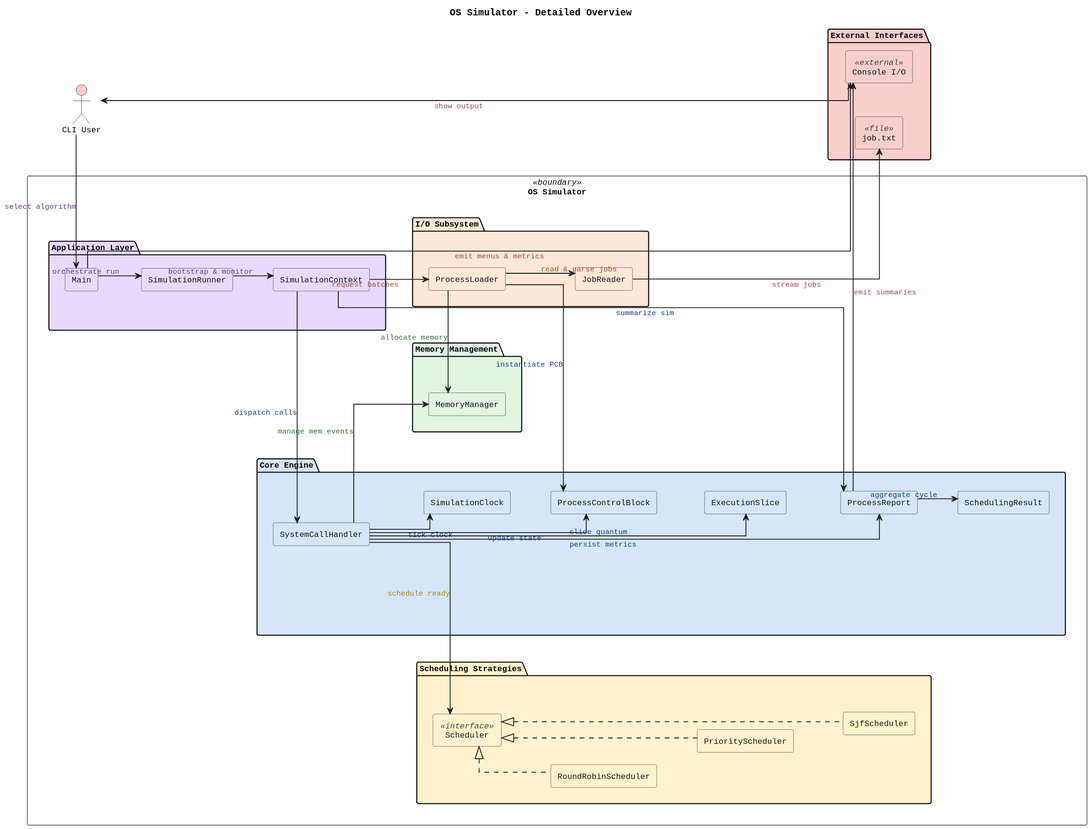
FaisalSWEN/CSC227-OS-Project keeps this PlantUML diagram as doc/system-overview.svg. Above is the earlier version.
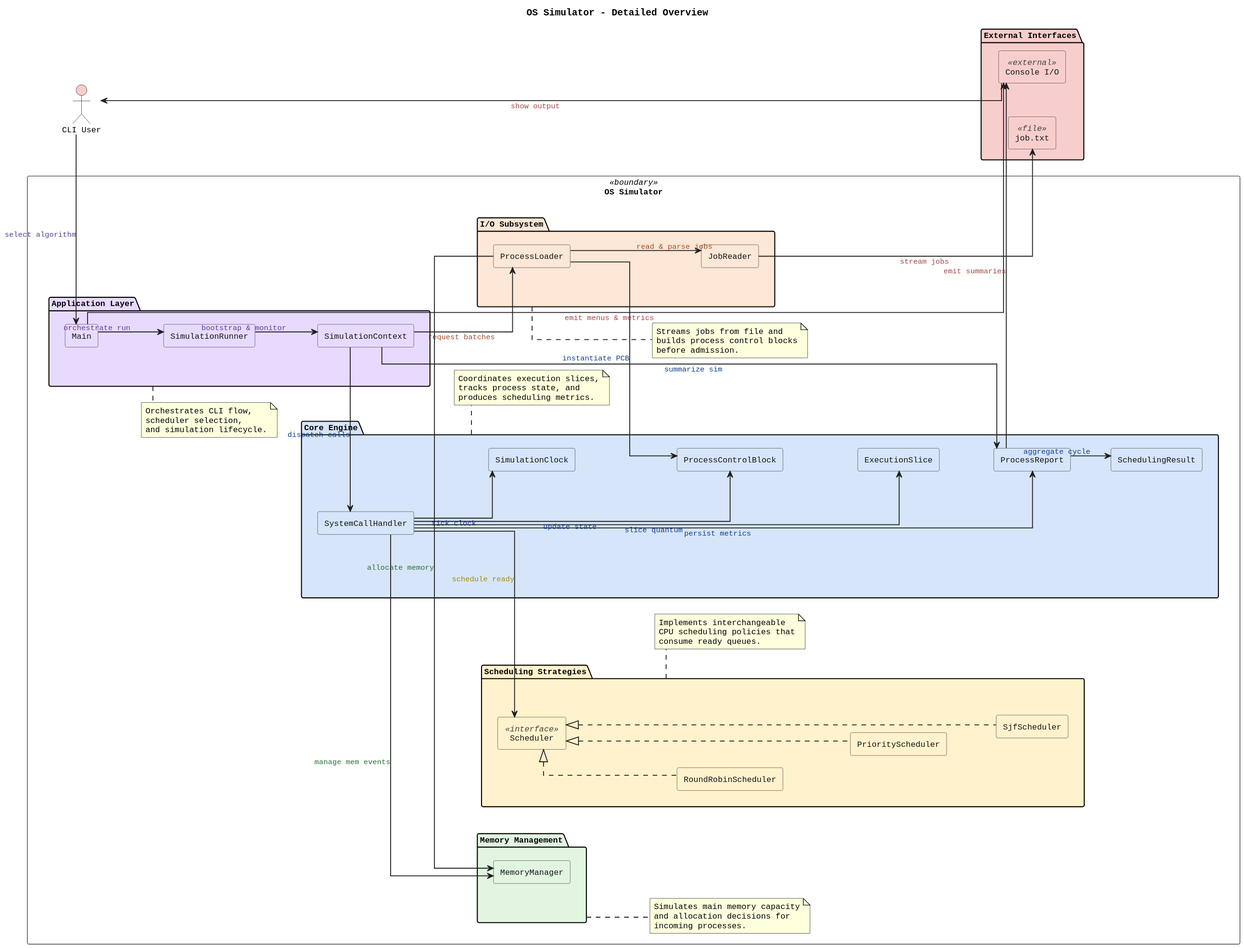
Above is the later version.

What changed in the source:
```diff
@@ -42,6 +42,11 @@
 		MAIN -[hidden]down-> SR
 		SR -[hidden]down-> SC
 	}
+	note right of APP
+		Orchestrates CLI flow,
+		scheduler selection,
+		and simulation lifecycle.
+	end note
 
 	package "Core Engine" as CORE #D6E5FA {
 		component SystemCallHandler as SCH #D6E5FA
@@ -56,16 +61,31 @@
 		SLICE -[hidden]down-> REPORT
 		REPORT -[hidden]down-> SRES
 	}
+	note right of CORE
+		Coordinates execution slices,
+		tracks process state, and
+		produces scheduling metrics.
+	end note
 
 	package "I/O Subsystem" as IOZONE #FDE7D6 {
 		component ProcessLoader as PL #FDE7D6
 		component JobReader as JR #FDE7D6
 		PL -[hidden]down-> JR
 	}
+	note right of IOZONE
+		Streams jobs from file and
+		builds process control blocks
+		before admission.
+	end note
 
 	package "Memory Management" as MEM #E1F5E0 {
 		component MemoryManager as MM #E1F5E0
 	}
+	note right of MEM
+		Simulates main memory capacity
+		and allocation decisions for
+		incoming processes.
+	end note
 
 	package "Scheduling Strategies" as SCHEDZONE #FFF2CC {
 		component Scheduler as SCHED <<interface>> #FFF2CC
@@ -76,6 +96,11 @@
 		RR -[hidden]down-> PS
 		PS -[hidden]down-> SJF
 	}
+	note right of SCHEDZONE
+		Implements interchangeable
+		CPU scheduling policies that
+		consume ready queues.
+	end note
 
 	APP -[hidden]-> CORE
 	CORE -[hidden]-> SCHEDZONE
```
